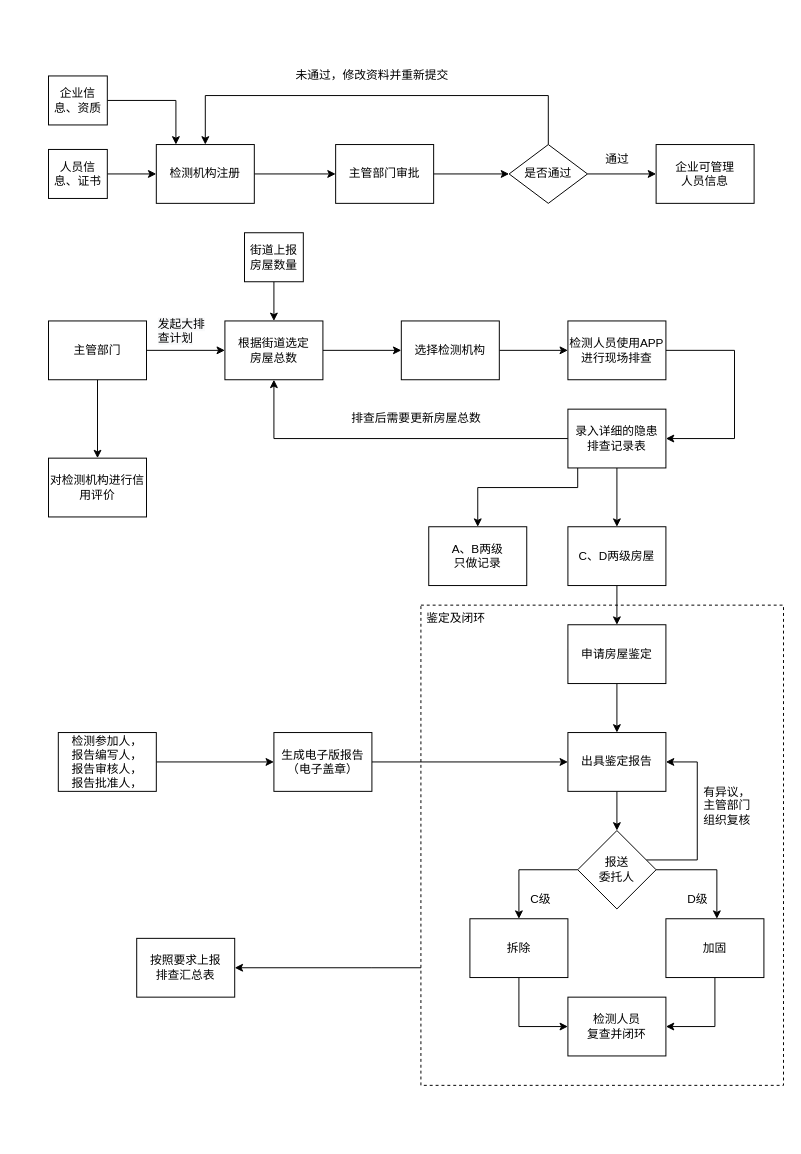
Above: 房屋安全鉴定管理系统.drawio in Napoleon1234/Draw (draw.io), before the change. Source tidied: cells renumbered, new cells numbered last; positions are measured from the earlier drawing's top-left corner, leaving out a move shared by most shapes. Both pictures are drawn from the tidied source at 98%, with x=0, y=0 at pixel (48, 66).
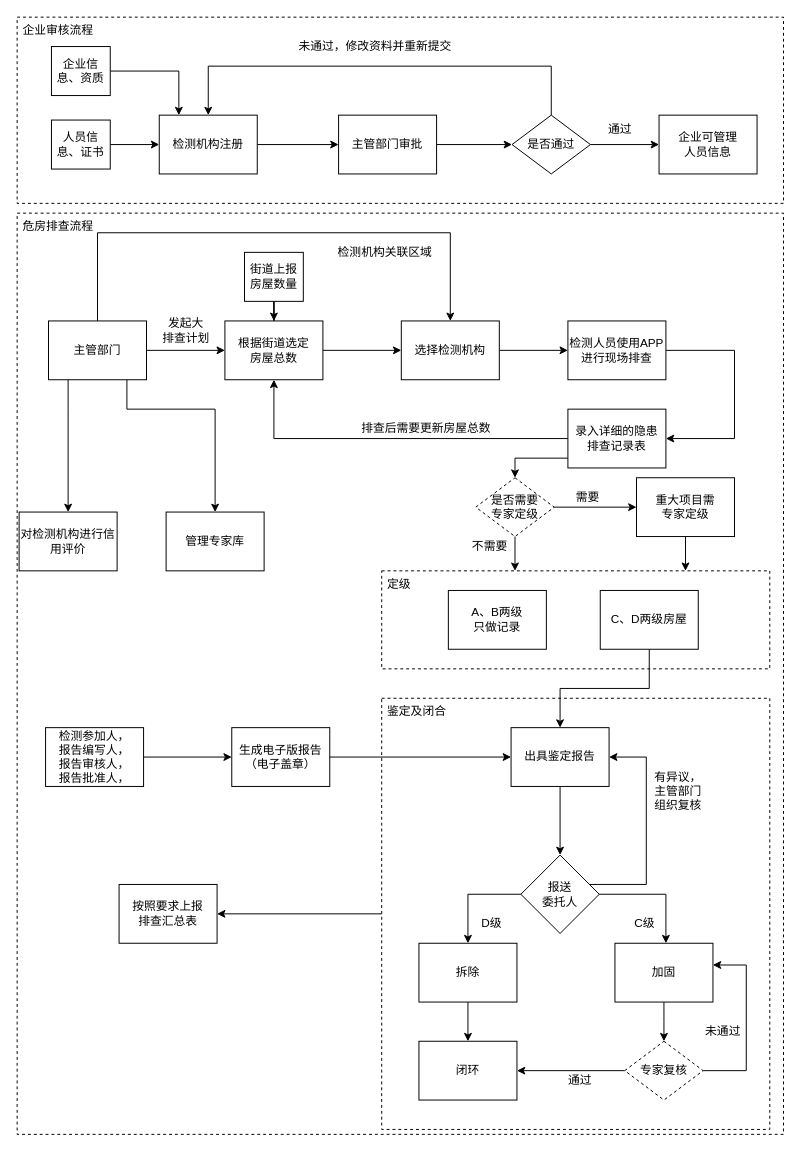
After the change.

Commit message:
Update 房屋安全鉴定管理系统.drawio

The change refers to these unchanged cells:
```xml
<mxCell id="18" value="主管部门" style="rounded=0;whiteSpace=wrap;html=1;" parent="1" vertex="1">
  <mxGeometry y="260" width="100" height="60" as="geometry" />
</mxCell>
<mxCell id="24" value="选择检测机构" style="rounded=0;whiteSpace=wrap;html=1;" parent="1" vertex="1">
  <mxGeometry x="360" y="260" width="100" height="60" as="geometry" />
</mxCell>
<mxCell id="30" value="录入详细的隐患&lt;br&gt;排查记录表" style="rounded=0;whiteSpace=wrap;html=1;" parent="1" vertex="1">
  <mxGeometry x="530" y="350" width="100" height="60" as="geometry" />
</mxCell>
```

The edit, as a diff of the source:
```diff
@@
     <mxCell id="3" value="检测机构注册" style="rounded=0;whiteSpace=wrap;html=1;" parent="1" vertex="1">
-      <mxGeometry x="110" y="80" width="100" height="60" as="geometry" />
+      <mxGeometry x="113" y="50" width="100" height="60" as="geometry" />
     </mxCell>
     <mxCell id="4" style="edgeStyle=orthogonalEdgeStyle;rounded=0;jettySize=auto;html=1;" parent="1" edge="1" source="5" target="3">
       <mxGeometry relative="1" as="geometry">
         <Array as="points">
-          <mxPoint x="130" y="35" />
+          <mxPoint x="133" y="5" />
         </Array>
       </mxGeometry>
     </mxCell>
     <mxCell id="5" value="企业信息、资质" style="rounded=0;whiteSpace=wrap;html=1;" parent="1" vertex="1">
-      <mxGeometry y="10" width="60" height="50" as="geometry" />
+      <mxGeometry x="3" y="-20" width="60" height="50" as="geometry" />
     </mxCell>
@@
     <mxCell id="7" value="人员信息、证书" style="rounded=0;whiteSpace=wrap;html=1;" parent="1" vertex="1">
-      <mxGeometry y="85" width="60" height="50" as="geometry" />
+      <mxGeometry x="3" y="55" width="60" height="50" as="geometry" />
     </mxCell>
@@
     <mxCell id="9" value="主管部门审批" style="rounded=0;whiteSpace=wrap;html=1;" parent="1" vertex="1">
-      <mxGeometry x="293" y="80" width="100" height="60" as="geometry" />
+      <mxGeometry x="296" y="50" width="100" height="60" as="geometry" />
     </mxCell>
     <mxCell id="10" style="edgeStyle=orthogonalEdgeStyle;rounded=0;jettySize=auto;html=1;entryX=0.5;entryY=0;entryDx=0;entryDy=0;" parent="1" edge="1" source="12" target="3">
       <mxGeometry relative="1" as="geometry">
         <Array as="points">
-          <mxPoint x="510" y="30" />
-          <mxPoint x="160" y="30" />
+          <mxPoint x="513" />
+          <mxPoint x="163" />
         </Array>
       </mxGeometry>
     </mxCell>
@@
     <mxCell id="12" value="是否通过" style="rhombus;whiteSpace=wrap;html=1;" parent="1" vertex="1">
-      <mxGeometry x="470" y="80" width="80" height="60" as="geometry" />
+      <mxGeometry x="473" y="50" width="80" height="60" as="geometry" />
     </mxCell>
     <mxCell id="13" value="未通过，修改资料并重新提交" style="text;html=1;align=center;verticalAlign=middle;fillColor=none;strokeColor=none;rounded=0;" parent="1" vertex="1">
-      <mxGeometry x="245" width="170" height="20" as="geometry" />
+      <mxGeometry x="248" y="-30" width="170" height="20" as="geometry" />
     </mxCell>
     <mxCell id="14" value="企业可管理&lt;br&gt;人员信息" style="rounded=0;whiteSpace=wrap;html=1;" parent="1" vertex="1">
-      <mxGeometry x="620" y="80" width="100" height="60" as="geometry" />
+      <mxGeometry x="623" y="50" width="100" height="60" as="geometry" />
     </mxCell>
     <mxCell id="15" value="通过" style="text;html=1;align=center;verticalAlign=middle;fillColor=none;strokeColor=none;rounded=0;" parent="1" vertex="1">
-      <mxGeometry x="560" y="85" width="40" height="20" as="geometry" />
+      <mxGeometry x="563" y="55" width="40" height="20" as="geometry" />
     </mxCell>
@@
     <mxCell id="17" style="edgeStyle=orthogonalEdgeStyle;rounded=0;jettySize=auto;html=1;" parent="1" edge="1" source="18" target="52">
-      <mxGeometry relative="1" as="geometry" />
+      <mxGeometry relative="1" as="geometry">
+        <Array as="points">
+          <mxPoint x="20" y="350" />
+          <mxPoint x="20" y="350" />
+        </Array>
+      </mxGeometry>
     </mxCell>
+    <mxCell id="60" style="edgeStyle=orthogonalEdgeStyle;rounded=0;jettySize=auto;html=1;entryX=0.5;entryY=0;entryDx=0;entryDy=0;" parent="1" edge="1" source="18" target="65">
+      <mxGeometry relative="1" as="geometry">
+        <Array as="points">
+          <mxPoint x="80" y="350" />
+          <mxPoint x="170" y="350" />
+        </Array>
+      </mxGeometry>
+    </mxCell>
+    <mxCell id="61" style="edgeStyle=orthogonalEdgeStyle;rounded=0;jettySize=auto;html=1;entryX=0.5;entryY=0;entryDx=0;entryDy=0;" parent="1" edge="1" source="18" target="24">
+      <mxGeometry relative="1" as="geometry">
+        <Array as="points">
+          <mxPoint x="50" y="170" />
+          <mxPoint x="410" y="170" />
+        </Array>
+      </mxGeometry>
+    </mxCell>
@@
     <mxCell id="22" value="街道上报房屋数量" style="rounded=0;whiteSpace=wrap;html=1;" parent="1" vertex="1">
-      <mxGeometry x="200" y="170" width="60" height="50" as="geometry" />
+      <mxGeometry x="200" y="190" width="60" height="50" as="geometry" />
     </mxCell>
@@
-    <mxCell id="27" style="edgeStyle=orthogonalEdgeStyle;rounded=0;jettySize=auto;html=1;entryX=0.5;entryY=0;entryDx=0;entryDy=0;" parent="1" edge="1" source="30" target="31">
-      <mxGeometry relative="1" as="geometry">
-        <Array as="points">
-          <mxPoint x="540" y="430" />
-          <mxPoint x="438" y="430" />
-        </Array>
-      </mxGeometry>
-    </mxCell>
-    <mxCell id="28" style="edgeStyle=orthogonalEdgeStyle;rounded=0;jettySize=auto;html=1;" parent="1" edge="1" source="30" target="33">
-      <mxGeometry relative="1" as="geometry" />
-    </mxCell>
@@
+    <mxCell id="62" style="edgeStyle=orthogonalEdgeStyle;rounded=0;jettySize=auto;html=1;entryX=0.5;entryY=0;entryDx=0;entryDy=0;" parent="1" edge="1" source="30" target="76">
+      <mxGeometry relative="1" as="geometry">
+        <Array as="points">
+          <mxPoint x="476" y="400" />
+        </Array>
+      </mxGeometry>
+    </mxCell>
@@
     <mxCell id="31" value="A、B两级&lt;br&gt;只做记录" style="rounded=0;whiteSpace=wrap;html=1;" parent="1" vertex="1">
-      <mxGeometry x="388" y="470" width="100" height="60" as="geometry" />
+      <mxGeometry x="408" y="535" width="100" height="60" as="geometry" />
     </mxCell>
-    <mxCell id="32" style="edgeStyle=orthogonalEdgeStyle;rounded=0;jettySize=auto;html=1;" parent="1" edge="1" source="33" target="59">
-      <mxGeometry relative="1" as="geometry" />
-    </mxCell>
+    <mxCell id="63" style="edgeStyle=orthogonalEdgeStyle;rounded=0;jettySize=auto;html=1;" parent="1" edge="1" source="33" target="35">
+      <mxGeometry relative="1" as="geometry" />
+    </mxCell>
     <mxCell id="33" value="C、D两级房屋" style="rounded=0;whiteSpace=wrap;html=1;" parent="1" vertex="1">
-      <mxGeometry x="530" y="470" width="100" height="60" as="geometry" />
+      <mxGeometry x="563" y="535" width="100" height="60" as="geometry" />
     </mxCell>
@@
     <mxCell id="35" value="出具鉴定报告" style="rounded=0;whiteSpace=wrap;html=1;" parent="1" vertex="1">
-      <mxGeometry x="530" y="680" width="100" height="60" as="geometry" />
+      <mxGeometry x="472" y="675" width="100" height="60" as="geometry" />
     </mxCell>
-    <mxCell id="36" style="edgeStyle=orthogonalEdgeStyle;rounded=0;jettySize=auto;html=1;entryX=0;entryY=0.5;entryDx=0;entryDy=0;" parent="1" edge="1" source="37" target="42">
+    <mxCell id="36" style="edgeStyle=orthogonalEdgeStyle;rounded=0;jettySize=auto;html=1;" parent="1" edge="1" source="37" target="42">
       <mxGeometry relative="1" as="geometry" />
     </mxCell>
     <mxCell id="37" value="拆除" style="rounded=0;whiteSpace=wrap;html=1;" parent="1" vertex="1">
-      <mxGeometry x="430" y="870" width="100" height="60" as="geometry" />
+      <mxGeometry x="378" y="895" width="100" height="60" as="geometry" />
     </mxCell>
-    <mxCell id="38" style="edgeStyle=orthogonalEdgeStyle;rounded=0;jettySize=auto;html=1;entryX=1;entryY=0.5;entryDx=0;entryDy=0;" parent="1" edge="1" source="39" target="42">
-      <mxGeometry relative="1" as="geometry" />
-    </mxCell>
+    <mxCell id="64" style="edgeStyle=orthogonalEdgeStyle;rounded=0;jettySize=auto;html=1;" parent="1" edge="1" source="39">
+      <mxGeometry relative="1" as="geometry">
+        <mxPoint x="628" y="995" as="targetPoint" />
+      </mxGeometry>
+    </mxCell>
     <mxCell id="39" value="加固" style="rounded=0;whiteSpace=wrap;html=1;" parent="1" vertex="1">
-      <mxGeometry x="630" y="870" width="100" height="60" as="geometry" />
+      <mxGeometry x="578" y="895" width="100" height="60" as="geometry" />
     </mxCell>
     <mxCell id="40" value="C级" style="text;html=1;align=center;verticalAlign=middle;fillColor=none;strokeColor=none;rounded=0;" parent="1" vertex="1">
-      <mxGeometry x="482" y="840" width="40" height="20" as="geometry" />
+      <mxGeometry x="588" y="865" width="40" height="20" as="geometry" />
     </mxCell>
     <mxCell id="41" value="D级" style="text;html=1;align=center;verticalAlign=middle;fillColor=none;strokeColor=none;rounded=0;" parent="1" vertex="1">
-      <mxGeometry x="642" y="840" width="40" height="20" as="geometry" />
+      <mxGeometry x="432" y="865" width="40" height="20" as="geometry" />
     </mxCell>
-    <mxCell id="42" value="检测人员&lt;br&gt;复查并闭环" style="rounded=0;whiteSpace=wrap;html=1;" parent="1" vertex="1">
-      <mxGeometry x="530" y="950" width="100" height="60" as="geometry" />
+    <mxCell id="42" value="闭环" style="rounded=0;whiteSpace=wrap;html=1;" parent="1" vertex="1">
+      <mxGeometry x="378" y="995" width="100" height="60" as="geometry" />
     </mxCell>
     <mxCell id="43" value="排查后需要更新房屋总数" style="text;html=1;align=center;verticalAlign=middle;fillColor=none;strokeColor=none;rounded=0;rotation=0;" parent="1" vertex="1">
-      <mxGeometry x="300" y="350" width="150" height="20" as="geometry" />
+      <mxGeometry x="310" y="360" width="150" height="20" as="geometry" />
     </mxCell>
-    <mxCell id="44" style="edgeStyle=orthogonalEdgeStyle;rounded=0;jettySize=auto;html=1;" parent="1" edge="1" source="45" target="57">
-      <mxGeometry relative="1" as="geometry">
-        <Array as="points">
-          <mxPoint x="330" y="920" />
-          <mxPoint x="330" y="920" />
-        </Array>
-      </mxGeometry>
-    </mxCell>
-    <mxCell id="45" value="鉴定及闭环" style="text;strokeColor=default;fillColor=none;align=left;verticalAlign=top;spacingLeft=4;spacingRight=4;overflow=hidden;points=[[0,0.5],[1,0.5]];portConstraint=eastwest;dashed=1;" parent="1" vertex="1">
-      <mxGeometry x="380" y="550" width="370" height="490" as="geometry" />
+    <mxCell id="45" value="定级" style="text;strokeColor=default;fillColor=none;align=left;verticalAlign=top;spacingLeft=4;spacingRight=4;overflow=hidden;points=[[0,0.5],[1,0.5]];portConstraint=eastwest;dashed=1;" parent="1" vertex="1">
+      <mxGeometry x="340" y="515" width="396" height="100" as="geometry" />
     </mxCell>
     <mxCell id="46" style="edgeStyle=orthogonalEdgeStyle;rounded=0;jettySize=auto;html=1;entryX=1;entryY=0.5;entryDx=0;entryDy=0;" parent="1" edge="1" source="49" target="35">
       <mxGeometry relative="1" as="geometry">
         <Array as="points">
-          <mxPoint x="662" y="810" />
-          <mxPoint x="662" y="710" />
+          <mxPoint x="610" y="835" />
+          <mxPoint x="610" y="705" />
         </Array>
       </mxGeometry>
     </mxCell>
@@
     <mxCell id="48" style="edgeStyle=orthogonalEdgeStyle;rounded=0;jettySize=auto;html=1;" parent="1" edge="1" source="49" target="39">
       <mxGeometry relative="1" as="geometry">
         <Array as="points">
-          <mxPoint x="682" y="820" />
+          <mxPoint x="630" y="845" />
         </Array>
       </mxGeometry>
     </mxCell>
     <mxCell id="49" value="报送&lt;br&gt;委托人" style="rhombus;whiteSpace=wrap;html=1;" parent="1" vertex="1">
-      <mxGeometry x="540" y="780" width="80" height="80" as="geometry" />
+      <mxGeometry x="482" y="805" width="80" height="80" as="geometry" />
     </mxCell>
     <mxCell id="50" value="有异议，&lt;br&gt;主管部门&lt;br&gt;组织复核" style="text;html=1;align=center;verticalAlign=middle;fillColor=none;strokeColor=none;rounded=0;dashed=1;" parent="1" vertex="1">
-      <mxGeometry x="662" y="730" width="60" height="50" as="geometry" />
+      <mxGeometry x="612" y="715" width="60" height="50" as="geometry" />
     </mxCell>
-    <mxCell id="51" value="&lt;span style=&quot;color: rgb(0, 0, 0); font-family: Helvetica; font-size: 12px; font-style: normal; font-variant-ligatures: normal; font-variant-caps: normal; font-weight: 400; letter-spacing: normal; orphans: 2; text-align: center; text-indent: 0px; text-transform: none; widows: 2; word-spacing: 0px; -webkit-text-stroke-width: 0px; background-color: rgb(248, 249, 250); text-decoration-thickness: initial; text-decoration-style: initial; text-decoration-color: initial; float: none; display: inline !important;&quot;&gt;发起&lt;/span&gt;&lt;span style=&quot;color: rgb(0, 0, 0); font-family: Helvetica; font-size: 12px; font-style: normal; font-variant-ligatures: normal; font-variant-caps: normal; font-weight: 400; letter-spacing: normal; orphans: 2; text-align: center; text-indent: 0px; text-transform: none; widows: 2; word-spacing: 0px; -webkit-text-stroke-width: 0px; background-color: rgb(248, 249, 250); text-decoration-thickness: initial; text-decoration-style: initial; text-decoration-color: initial; float: none; display: inline !important;&quot;&gt;大排查计划&lt;/span&gt;" style="text;whiteSpace=wrap;html=1;" parent="1" vertex="1">
-      <mxGeometry x="110" y="250" width="60" height="40" as="geometry" />
-    </mxCell>
     <mxCell id="52" value="对检测机构进行信用评价" style="rounded=0;whiteSpace=wrap;html=1;" parent="1" vertex="1">
-      <mxGeometry y="400" width="100" height="60" as="geometry" />
+      <mxGeometry x="-30" y="455" width="100" height="60" as="geometry" />
     </mxCell>
@@
     <mxCell id="54" value="检测参加人，&lt;br&gt;报告编写人，&lt;br&gt;报告审核人，&lt;br&gt;报告批准人，" style="rounded=0;whiteSpace=wrap;html=1;" parent="1" vertex="1">
-      <mxGeometry x="10" y="680" width="100" height="60" as="geometry" />
+      <mxGeometry x="-3" y="675" width="100" height="60" as="geometry" />
     </mxCell>
@@
     <mxCell id="56" value="生成电子版报告（电子盖章）" style="rounded=0;whiteSpace=wrap;html=1;" parent="1" vertex="1">
-      <mxGeometry x="230" y="680" width="100" height="60" as="geometry" />
+      <mxGeometry x="187" y="675" width="100" height="60" as="geometry" />
     </mxCell>
     <mxCell id="57" value="按照要求上报&lt;br&gt;排查汇总表" style="rounded=0;whiteSpace=wrap;html=1;" parent="1" vertex="1">
-      <mxGeometry x="90" y="890" width="100" height="60" as="geometry" />
+      <mxGeometry x="72" y="835" width="100" height="60" as="geometry" />
     </mxCell>
-    <mxCell id="58" style="edgeStyle=orthogonalEdgeStyle;rounded=0;jettySize=auto;html=1;" parent="1" edge="1" source="59" target="35">
-      <mxGeometry relative="1" as="geometry" />
-    </mxCell>
-    <mxCell id="59" value="申请房屋鉴定" style="rounded=0;whiteSpace=wrap;html=1;" parent="1" vertex="1">
-      <mxGeometry x="530" y="570" width="100" height="60" as="geometry" />
-    </mxCell>
+    <mxCell id="65" value="管理专家库" style="rounded=0;whiteSpace=wrap;html=1;" parent="1" vertex="1">
+      <mxGeometry x="120" y="455" width="100" height="60" as="geometry" />
+    </mxCell>
+    <mxCell id="66" style="edgeStyle=orthogonalEdgeStyle;rounded=0;jettySize=auto;html=1;" parent="1" edge="1" source="67" target="45">
+      <mxGeometry relative="1" as="geometry">
+        <Array as="points">
+          <mxPoint x="650" y="510" />
+          <mxPoint x="650" y="510" />
+        </Array>
+      </mxGeometry>
+    </mxCell>
+    <mxCell id="67" value="重大项目需&lt;br&gt;专家定级" style="rounded=0;whiteSpace=wrap;html=1;" parent="1" vertex="1">
+      <mxGeometry x="600" y="420" width="100" height="60" as="geometry" />
+    </mxCell>
+    <mxCell id="68" style="edgeStyle=orthogonalEdgeStyle;rounded=0;jettySize=auto;html=1;" parent="1" edge="1" source="70" target="42">
+      <mxGeometry relative="1" as="geometry" />
+    </mxCell>
+    <mxCell id="69" style="edgeStyle=orthogonalEdgeStyle;rounded=0;jettySize=auto;html=1;entryX=0.999;entryY=0.37;entryDx=0;entryDy=0;entryPerimeter=0;" parent="1" edge="1" source="70" target="39">
+      <mxGeometry relative="1" as="geometry">
+        <Array as="points">
+          <mxPoint x="712" y="1025" />
+          <mxPoint x="712" y="917" />
+        </Array>
+      </mxGeometry>
+    </mxCell>
+    <mxCell id="70" value="专家复核" style="rhombus;whiteSpace=wrap;html=1;dashed=1;strokeColor=default;" parent="1" vertex="1">
+      <mxGeometry x="588" y="995" width="80" height="60" as="geometry" />
+    </mxCell>
+    <mxCell id="71" value="未通过" style="text;html=1;align=center;verticalAlign=middle;fillColor=none;strokeColor=none;rounded=0;dashed=1;" parent="1" vertex="1">
+      <mxGeometry x="663" y="975" width="50" height="20" as="geometry" />
+    </mxCell>
+    <mxCell id="72" value="通过" style="text;html=1;align=center;verticalAlign=middle;fillColor=none;strokeColor=none;rounded=0;dashed=1;" parent="1" vertex="1">
+      <mxGeometry x="522" y="1025" width="40" height="20" as="geometry" />
+    </mxCell>
+    <mxCell id="73" value="检测机构关联区域" style="text;html=1;align=center;verticalAlign=middle;fillColor=none;strokeColor=none;rounded=0;dashed=1;" parent="1" vertex="1">
+      <mxGeometry x="288" y="180" width="110" height="20" as="geometry" />
+    </mxCell>
+    <mxCell id="74" style="edgeStyle=orthogonalEdgeStyle;rounded=0;jettySize=auto;html=1;" parent="1" edge="1" source="76" target="67">
+      <mxGeometry relative="1" as="geometry" />
+    </mxCell>
+    <mxCell id="75" style="edgeStyle=orthogonalEdgeStyle;rounded=0;jettySize=auto;html=1;" parent="1" edge="1" source="76" target="45">
+      <mxGeometry relative="1" as="geometry">
+        <Array as="points">
+          <mxPoint x="476" y="510" />
+          <mxPoint x="476" y="510" />
+        </Array>
+      </mxGeometry>
+    </mxCell>
+    <mxCell id="76" value="是否需要&lt;br&gt;专家定级" style="rhombus;whiteSpace=wrap;html=1;dashed=1;strokeColor=default;" parent="1" vertex="1">
+      <mxGeometry x="436" y="420" width="80" height="60" as="geometry" />
+    </mxCell>
+    <mxCell id="77" value="需要" style="text;html=1;align=center;verticalAlign=middle;fillColor=none;strokeColor=none;rounded=0;dashed=1;" parent="1" vertex="1">
+      <mxGeometry x="530" y="430" width="40" height="20" as="geometry" />
+    </mxCell>
+    <mxCell id="78" value="不需要" style="text;html=1;align=center;verticalAlign=middle;fillColor=none;strokeColor=none;rounded=0;dashed=1;" parent="1" vertex="1">
+      <mxGeometry x="425" y="480" width="50" height="20" as="geometry" />
+    </mxCell>
+    <mxCell id="79" style="edgeStyle=orthogonalEdgeStyle;rounded=0;jettySize=auto;html=1;entryX=1;entryY=0.5;entryDx=0;entryDy=0;" parent="1" edge="1" source="80" target="57">
+      <mxGeometry relative="1" as="geometry" />
+    </mxCell>
+    <mxCell id="80" value="鉴定及闭合" style="text;strokeColor=default;fillColor=none;align=left;verticalAlign=top;spacingLeft=4;spacingRight=4;overflow=hidden;points=[[0,0.5],[1,0.5]];portConstraint=eastwest;dashed=1;" parent="1" vertex="1">
+      <mxGeometry x="340" y="645" width="396" height="440" as="geometry" />
+    </mxCell>
+    <mxCell id="81" value="&lt;span style=&quot;&quot;&gt;发起&lt;/span&gt;&lt;span style=&quot;&quot;&gt;大&lt;br&gt;排查计划&lt;/span&gt;" style="text;html=1;align=center;verticalAlign=middle;fillColor=none;strokeColor=none;rounded=0;dashed=1;" parent="1" vertex="1">
+      <mxGeometry x="110" y="255" width="60" height="30" as="geometry" />
+    </mxCell>
+    <mxCell id="82" value="企业审核流程" style="text;strokeColor=default;fillColor=none;align=left;verticalAlign=top;spacingLeft=4;spacingRight=4;overflow=hidden;dashed=1;" parent="1" vertex="1">
+      <mxGeometry x="-32" y="-50" width="782" height="190" as="geometry" />
+    </mxCell>
+    <mxCell id="83" value="危房排查流程" style="text;strokeColor=default;fillColor=none;align=left;verticalAlign=top;spacingLeft=4;spacingRight=4;overflow=hidden;dashed=1;" parent="1" vertex="1">
+      <mxGeometry x="-32" y="150" width="782" height="940" as="geometry" />
+    </mxCell>
```
